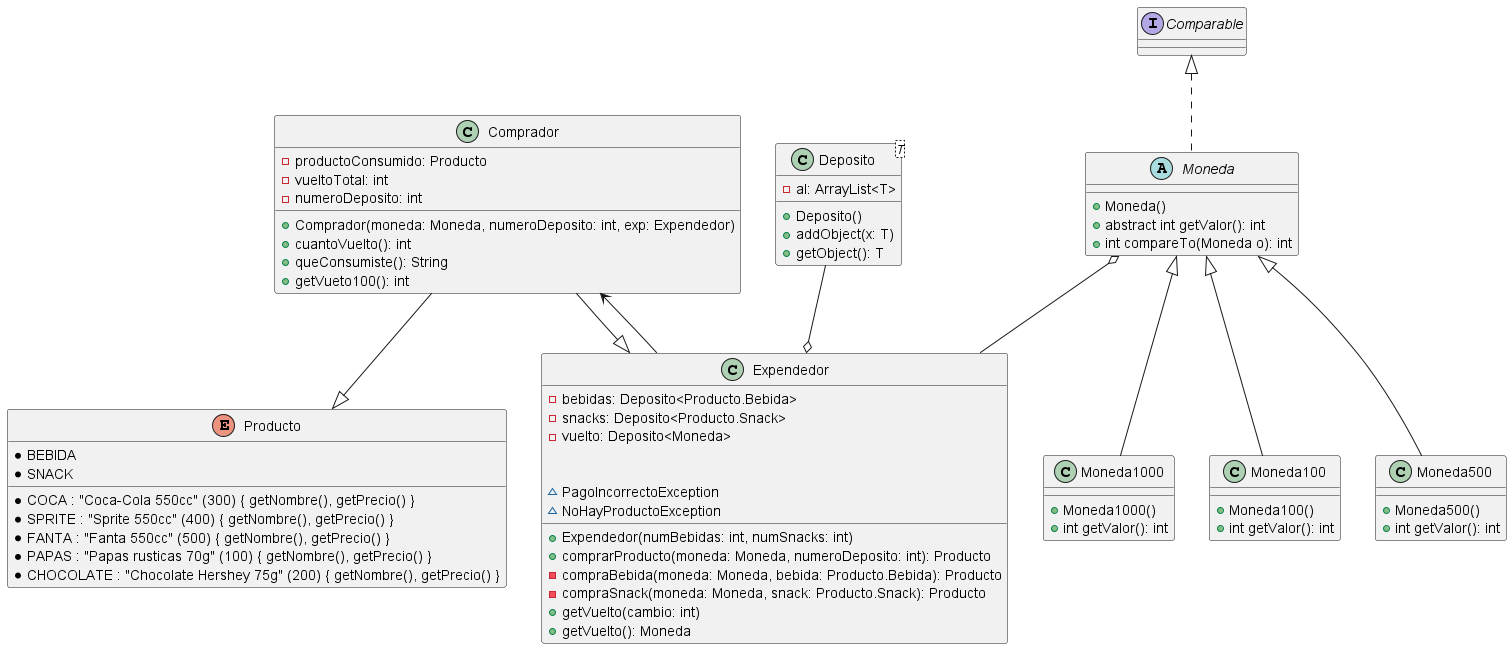
This is Diagrama.png from JorshSlimming/Expendedor, a PlantUML export, as it was before one commit.
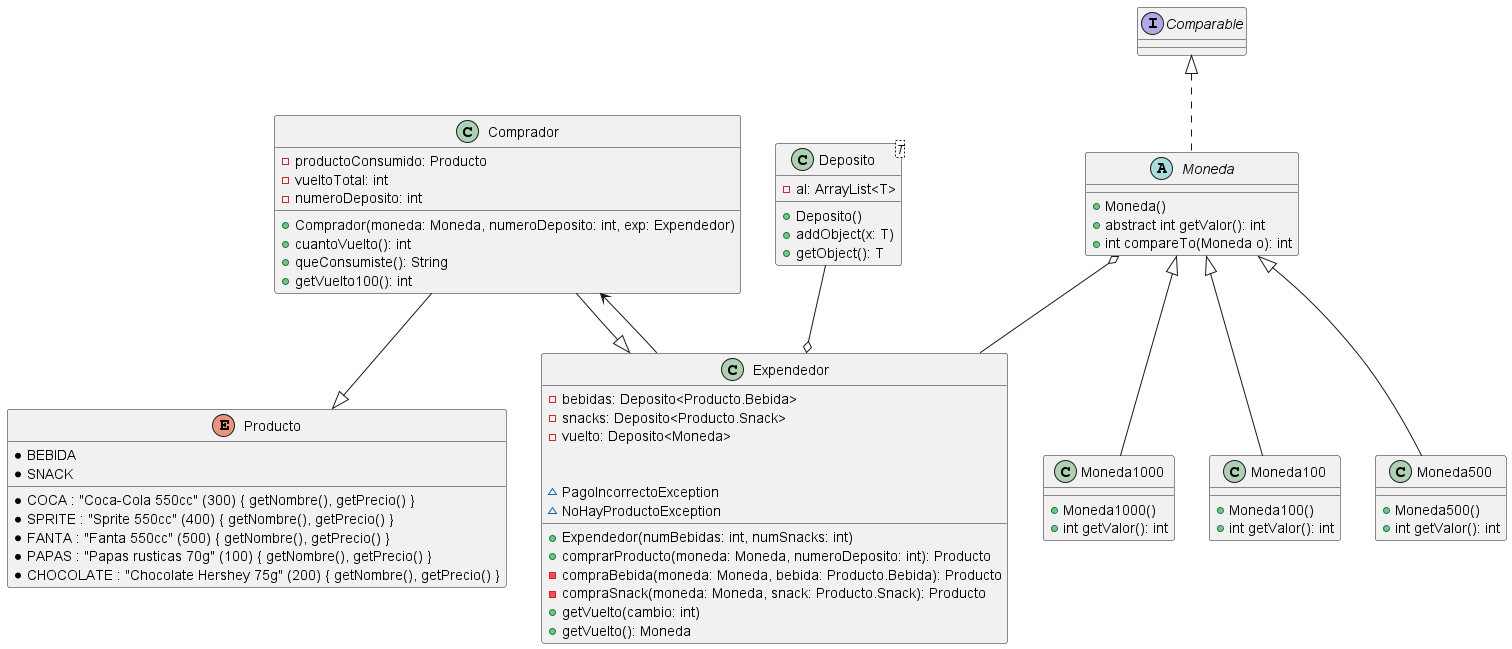
After the change.

Commit message:
Corrije variable de diagrama

What changed in the source:
```diff
@@ -8,7 +8,7 @@
     + Comprador(moneda: Moneda, numeroDeposito: int, exp: Expendedor)
     + cuantoVuelto(): int
     + queConsumiste(): String
-    + getVueto100(): int
+    + getVuelto100(): int
 }
 
 class Expendedor {
```
